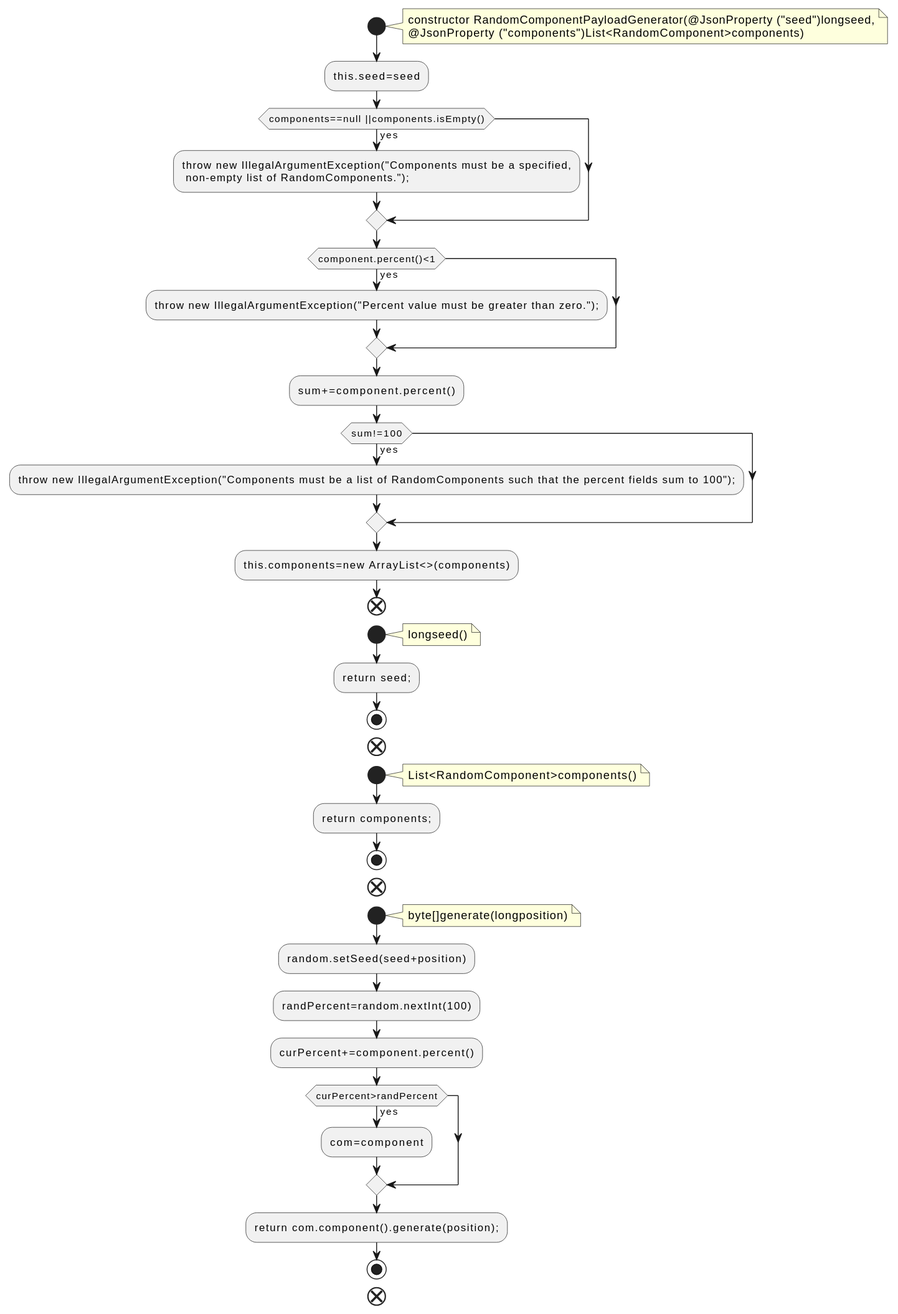
This is docs/qc/trogdor/src/main/java/org/apache/kafka/trogdor/workload/RandomComponentPayloadGenerator.java.fct.svg from qualitesys/kafka, a PlantUML export, as it was before one commit.
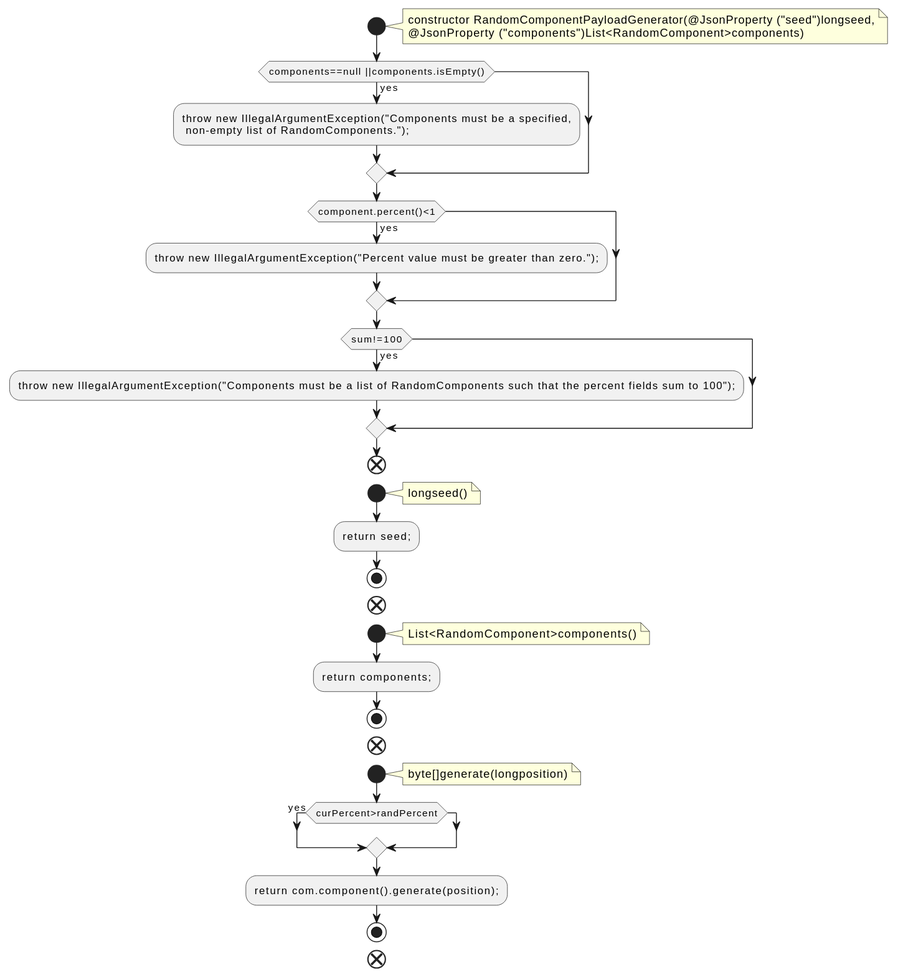
After the change.

Change to the diagram source:
```diff
@@ -5,7 +5,6 @@
 constructor RandomComponentPayloadGenerator(@JsonProperty ("seed")longseed,
 @JsonProperty ("components")List<RandomComponent>components)
 end note
-:this.seed=seed;
 if (components==null ||components.isEmpty()) then (yes)
 :throw new IllegalArgumentException("Components must be a specified,
  non-empty list of RandomComponents.");;
@@ -13,11 +12,9 @@
 if (component.percent()<1) then (yes)
 :throw new IllegalArgumentException("Percent value must be greater than zero.");;
 endif
-:sum+=component.percent();
 if (sum!=100) then (yes)
 :throw new IllegalArgumentException("Components must be a list of RandomComponents such that the percent fields sum to 100");;
 endif
-:this.components=new ArrayList<>(components);
 end
 start
 note right
@@ -37,11 +34,7 @@
 note right
 byte[]generate(longposition)
 end note
-:random.setSeed(seed+position);
-:randPercent=random.nextInt(100);
-:curPercent+=component.percent();
 if (curPercent>randPercent) then (yes)
-:com=component;
 endif
 :return com.component().generate(position);;
 stop
```
